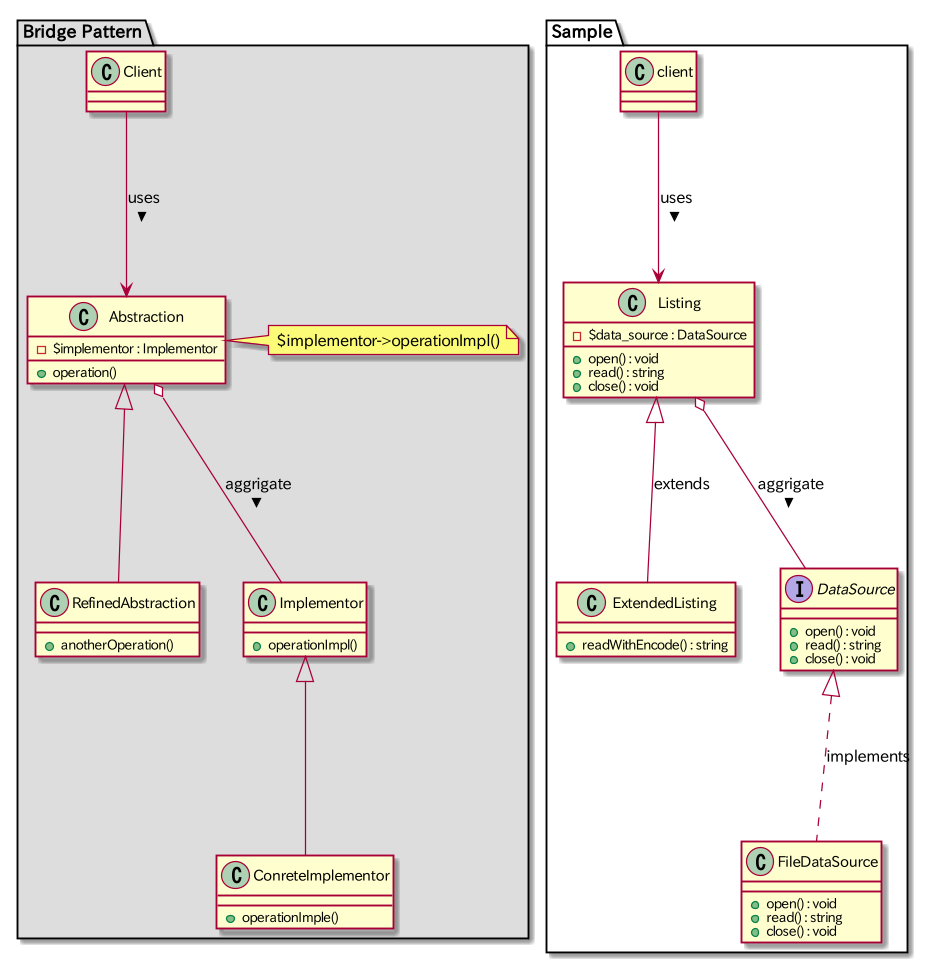
Earlier version of the PlantUML export Bridge/Bridge_class_dia.png (kenjis/PhpDesignPattern). Source of this version:
```plantuml
@startuml

package "Bridge Pattern" #DDDDDD {
  class Abstraction {
    -$implementor : Implementor
    +operation()
  }
  note right: $implementor->operationImpl()

  class RefinedAbstraction {
    +anotherOperation()
  }

  Abstraction <|-- RefinedAbstraction

  class Implementor {
    +operationImpl()
  }

  class ConreteImplementor {
    +operationImple()
  }

  Implementor <|-- ConreteImplementor

  Abstraction o-- Implementor : aggrigate >

  class Client

  Client --> Abstraction : uses >
}

package "Sample" {
  class Listing {
    -$data_source : DataSource
    +open() : void
    +read() : string
    +close() : void
  }

  class ExtendedListing {
    +readWithEncode() : string
  }

  Listing <|-- ExtendedListing : extends

  interface DataSource {
    +open() : void
    +read() : string
    +close() : void
  }

  class FileDataSource {
    +open() : void
    +read() : string
    +close() : void
  }

  DataSource <|.. FileDataSource : implements

  Listing o-- DataSource : aggrigate >

  class client

  client --> Listing : uses >
}

@enduml
```
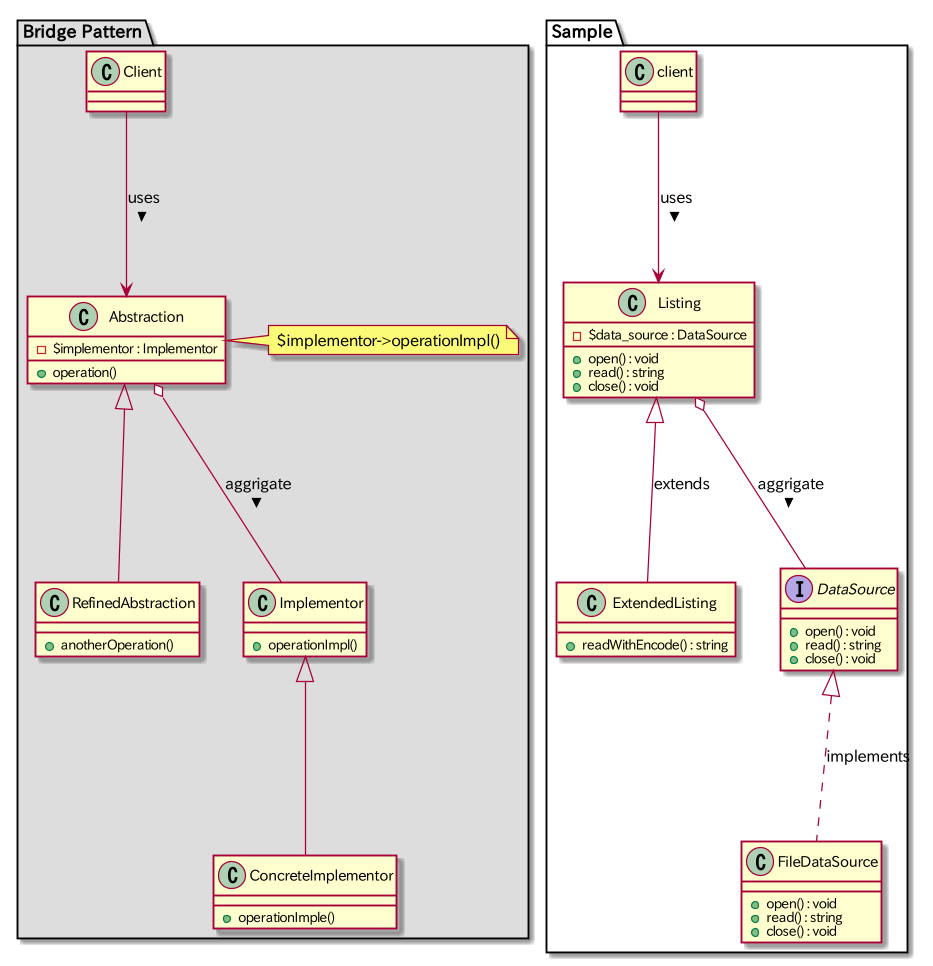
After the change.

Diff of the diagram source:
```diff
@@ -17,11 +17,11 @@
     +operationImpl()
   }
 
-  class ConreteImplementor {
+  class ConcreteImplementor {
     +operationImple()
   }
 
-  Implementor <|-- ConreteImplementor
+  Implementor <|-- ConcreteImplementor
 
   Abstraction o-- Implementor : aggrigate >
 
```
